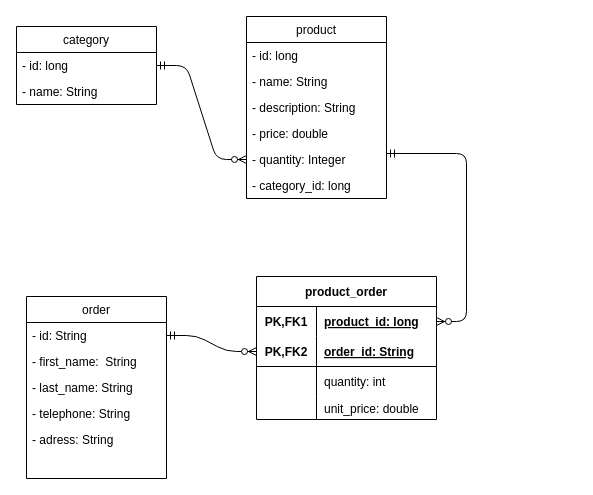
Earlier version of the draw.io diagram schema.drawio (joelproxi/spring_react-ecommerce). Source tidied: cells renumbered, new cells numbered last; positions are measured from the earlier drawing's top-left corner, leaving out a move shared by most shapes. Both pictures are drawn from the tidied source at 100%, with x=0, y=0 at pixel (16, 16).
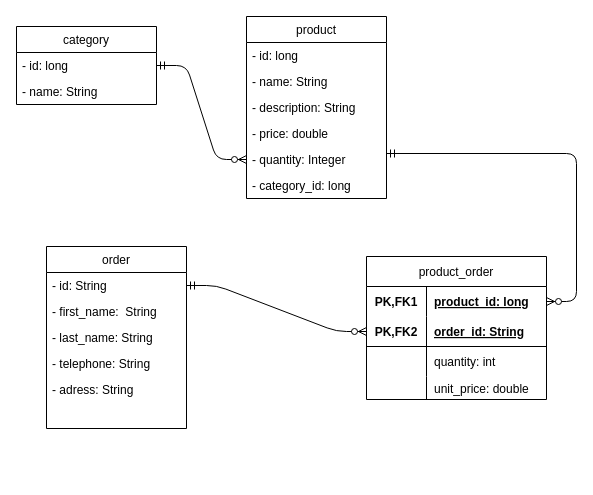
The same page after the edit.

The edit, as a diff of the source:
```diff
@@
     <mxCell id="13" value="order" style="swimlane;fontStyle=0;horizontal=1;startSize=26;fillColor=none;" parent="1" vertex="1">
-      <mxGeometry x="10" y="280" width="140" height="182" as="geometry" />
+      <mxGeometry x="30" y="230" width="140" height="182" as="geometry" />
     </mxCell>
@@
-    <mxCell id="20" value="product_order" style="shape=table;startSize=30;childLayout=tableLayout;rowLines=0;fontStyle=1;align=center;" parent="1" vertex="1">
-      <mxGeometry x="240" y="260" width="180" height="143" as="geometry" />
+    <mxCell id="20" value="product_order" style="shape=table;startSize=30;childLayout=tableLayout;rowLines=0;fontStyle=0;align=center;" parent="1" vertex="1">
+      <mxGeometry x="350" y="240" width="180" height="143" as="geometry" />
     </mxCell>
```
